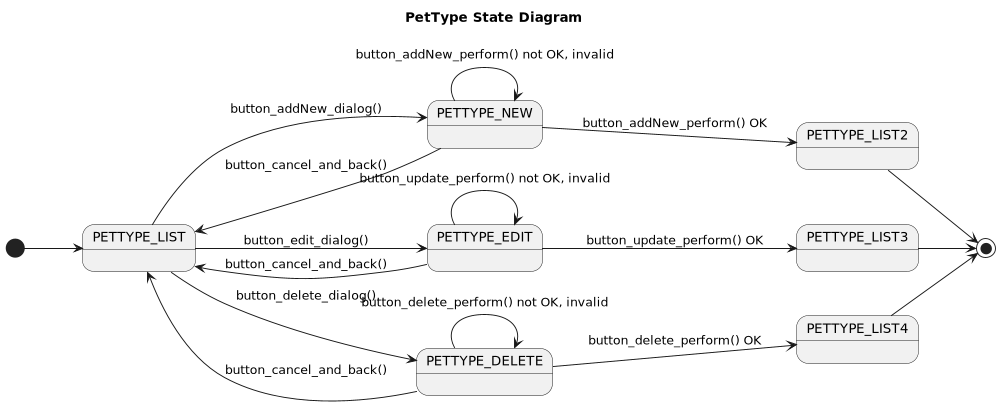
Jakarta-EE-Petclinic/petclinic-uml keeps this PlantUML diagram as uml/owner/concept/PetType__UseCase_State-PetType_Use_Case_State_Diagram.png. Above is the earlier version.
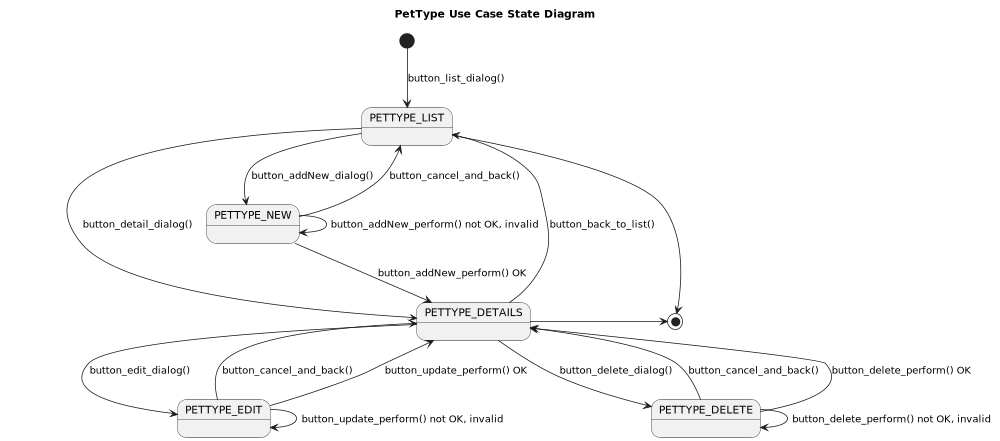
The same diagram one commit later.

Change to the diagram source:
```diff
@@ -1,39 +1,39 @@
 @startuml
 
-title PetType State Diagram
+title PetType Use Case State Diagram
 
-left to right direction
+
+top to bottom direction
 
 scale 1000 width
 
-[*] --> PETTYPE_LIST
+[*] --> PETTYPE_LIST: button_list_dialog()
 
 PETTYPE_LIST --> PETTYPE_NEW : button_addNew_dialog()
 PETTYPE_NEW --> PETTYPE_LIST: button_cancel_and_back()
-PETTYPE_NEW --> PETTYPE_LIST2: button_addNew_perform() OK
-
-PETTYPE_LIST --> PETTYPE_EDIT: button_edit_dialog()
-PETTYPE_EDIT --> PETTYPE_LIST: button_cancel_and_back()
-PETTYPE_EDIT --> PETTYPE_LIST3: button_update_perform() OK
-
-PETTYPE_LIST --> PETTYPE_DELETE: button_delete_dialog()
-PETTYPE_DELETE --> PETTYPE_LIST: button_cancel_and_back()
-PETTYPE_DELETE --> PETTYPE_LIST4: button_delete_perform() OK
-
-PETTYPE_LIST2 --> [*]
-PETTYPE_LIST3 --> [*]
-PETTYPE_LIST4 --> [*]
-
-
 state PETTYPE_NEW {
     PETTYPE_NEW --> PETTYPE_NEW : button_addNew_perform() not OK, invalid
 }
+PETTYPE_NEW --> PETTYPE_DETAILS: button_addNew_perform() OK
+
+PETTYPE_LIST --> PETTYPE_DETAILS: button_detail_dialog()
+PETTYPE_DETAILS --> PETTYPE_LIST : button_back_to_list()
+
+PETTYPE_DETAILS --> PETTYPE_EDIT: button_edit_dialog()
+PETTYPE_EDIT --> PETTYPE_DETAILS: button_cancel_and_back()
 state PETTYPE_EDIT {
     PETTYPE_EDIT --> PETTYPE_EDIT: button_update_perform() not OK, invalid
 }
+PETTYPE_EDIT --> PETTYPE_DETAILS: button_update_perform() OK
+
+PETTYPE_DETAILS --> PETTYPE_DELETE: button_delete_dialog()
+PETTYPE_DELETE --> PETTYPE_DETAILS: button_cancel_and_back()
 state PETTYPE_DELETE {
     PETTYPE_DELETE --> PETTYPE_DELETE: button_delete_perform() not OK, invalid
 }
+PETTYPE_DELETE --> PETTYPE_DETAILS: button_delete_perform() OK
 
+PETTYPE_LIST -> [*]
+PETTYPE_DETAILS -> [*]
 
 @enduml
```
